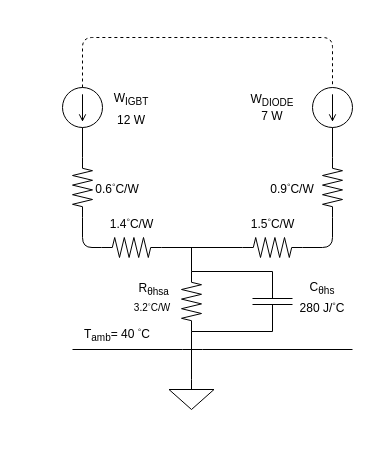
The draw.io diagram Graphics.drawio in WithASideOfSalt/EE466-Coursework-2, before the edit. Source tidied: cells renumbered, new cells numbered last; positions are measured from the earlier drawing's top-left corner, leaving out a move shared by most shapes. Both pictures are drawn from the tidied source at 100%, with x=0, y=0 at pixel (52, 37).
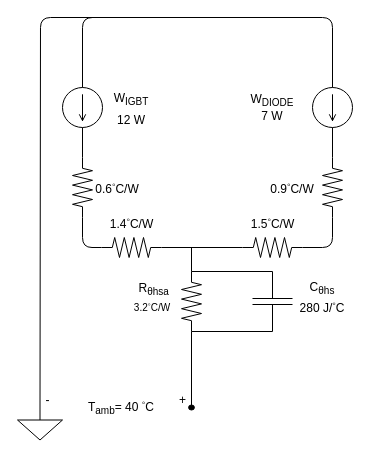
The same diagram, later.

The change refers to these unchanged cells:
```xml
<mxCell id="2" style="verticalLabelPosition=bottom;shadow=0;dashed=0;align=center;html=1;verticalAlign=top;shape=mxgraph.electrical.signal_sources.source;points=[[0.5,0,0],[1,0.5,0],[0.5,1,0],[0,0.5,0]];elSignalType=dc1;rotation=90;" parent="1" vertex="1">
  <mxGeometry x="10" y="50" width="40" height="40" as="geometry" />
</mxCell>
<mxCell id="3" style="verticalLabelPosition=bottom;shadow=0;dashed=0;align=center;html=1;verticalAlign=top;shape=mxgraph.electrical.signal_sources.source;points=[[0.5,0,0],[1,0.5,0],[0.5,1,0],[0,0.5,0]];elSignalType=dc1;rotation=90;" parent="1" vertex="1">
  <mxGeometry x="260" y="50" width="40" height="40" as="geometry" />
</mxCell>
<mxCell id="17" style="verticalLabelPosition=bottom;shadow=0;dashed=0;align=center;html=1;verticalAlign=top;shape=mxgraph.electrical.resistors.resistor_2;rotation=90;" parent="1" vertex="1">
  <mxGeometry x="109" y="254" width="60" height="20" as="geometry" />
</mxCell>
```

What changed in the source:
```diff
@@
+    <mxCell id="31" style="edgeStyle=none;html=1;exitX=0.5;exitY=0;exitDx=0;exitDy=0;exitPerimeter=0;endArrow=none;endFill=0;" parent="1" edge="1" source="4">
+      <mxGeometry relative="1" as="geometry">
+        <mxPoint x="50" y="-20" as="targetPoint" />
+        <Array as="points">
+          <mxPoint x="-12" y="-20" />
+        </Array>
+      </mxGeometry>
+    </mxCell>
     <mxCell id="4" style="verticalLabelPosition=bottom;shadow=0;dashed=0;align=center;html=1;verticalAlign=top;shape=mxgraph.electrical.signal_sources.signal_ground;" parent="1" vertex="1">
-      <mxGeometry x="116.5" y="342" width="45" height="30" as="geometry" />
+      <mxGeometry x="-35" y="372.5" width="45" height="30" as="geometry" />
     </mxCell>
@@
+    <mxCell id="32" style="edgeStyle=none;html=1;exitX=1;exitY=0.5;exitDx=0;exitDy=0;exitPerimeter=0;endArrow=none;endFill=0;" parent="1" edge="1" source="17" target="33">
+      <mxGeometry relative="1" as="geometry" />
+    </mxCell>
@@
-    <mxCell id="18" style="edgeStyle=none;html=1;exitX=0;exitY=0.5;exitDx=0;exitDy=0;exitPerimeter=0;entryX=0;entryY=0.5;entryDx=0;entryDy=0;entryPerimeter=0;dashed=1;endArrow=none;endFill=0;" parent="1" edge="1" source="2" target="3">
-      <mxGeometry relative="1" as="geometry">
-        <Array as="points">
-          <mxPoint x="30" />
-          <mxPoint x="280" />
-        </Array>
-      </mxGeometry>
-    </mxCell>
@@
-    <mxCell id="20" style="edgeStyle=none;html=1;exitX=0.5;exitY=0;exitDx=0;exitDy=0;exitPerimeter=0;entryX=1;entryY=0.5;entryDx=0;entryDy=0;entryPerimeter=0;endArrow=none;endFill=0;" parent="1" edge="1" source="4" target="17">
-      <mxGeometry relative="1" as="geometry" />
-    </mxCell>
-    <mxCell id="21" style="endArrow=none;html=1;exitX=0;exitY=1;exitDx=0;exitDy=0;" parent="1" edge="1" source="22">
+    <mxCell id="21" style="endArrow=none;html=1;exitX=0;exitY=0.5;exitDx=0;exitDy=0;entryX=0;entryY=0.5;entryDx=0;entryDy=0;entryPerimeter=0;exitPerimeter=0;" parent="1" edge="1" source="2" target="3">
       <mxGeometry relative="1" as="geometry">
-        <mxPoint x="300" y="312" as="targetPoint" />
         <Array as="points">
-          <mxPoint x="140" y="312" />
+          <mxPoint x="30" y="-20" />
+          <mxPoint x="280" y="-20" />
         </Array>
       </mxGeometry>
     </mxCell>
     <mxCell id="22" value="T&lt;sub&gt;amb&lt;/sub&gt;= 40 &lt;sup&gt;◦&lt;/sup&gt;C" style="text;html=1;align=center;verticalAlign=middle;whiteSpace=wrap;rounded=0;" parent="1" vertex="1">
-      <mxGeometry x="20" y="282" width="90" height="30" as="geometry" />
+      <mxGeometry x="24" y="355" width="90" height="30" as="geometry" />
     </mxCell>
@@
+    <mxCell id="33" style="ellipse;fillColor=strokeColor;html=1;" parent="1" vertex="1">
+      <mxGeometry x="136.1" y="367.5" width="5.8" height="5" as="geometry" />
+    </mxCell>
+    <mxCell id="34" value="+" style="text;html=1;align=center;verticalAlign=middle;strokeColor=none;fillColor=none;" parent="1" vertex="1">
+      <mxGeometry x="115" y="348" width="30" height="30" as="geometry" />
+    </mxCell>
+    <mxCell id="35" value="-" style="text;html=1;align=center;verticalAlign=middle;strokeColor=none;fillColor=none;" parent="1" vertex="1">
+      <mxGeometry x="-20" y="348" width="30" height="30" as="geometry" />
+    </mxCell>
```
